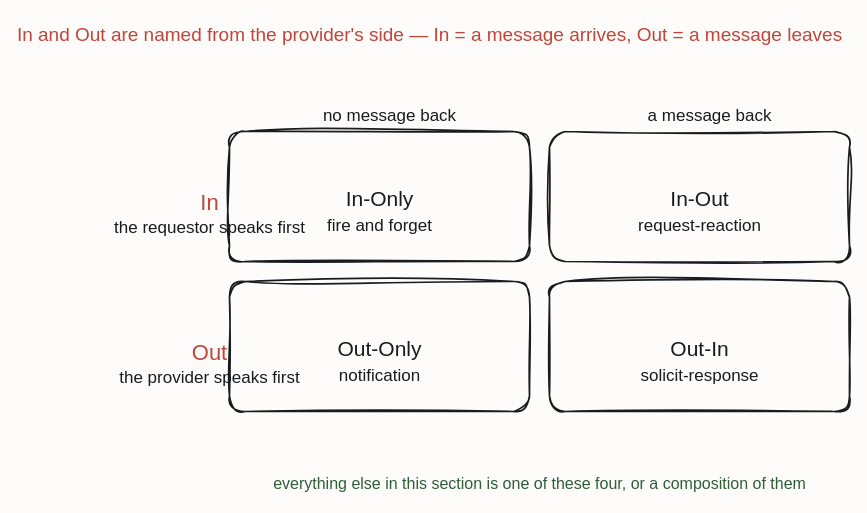
The draw.io diagram resources/grid-exchange-2x2.drawio in iancooper/practical-messaging, before the edit. Source tidied: cells renumbered, new cells numbered last; positions are measured from the earlier drawing's top-left corner, leaving out a move shared by most shapes. Both pictures are drawn from the tidied source at 100%, with x=0, y=0 at pixel (149, 17).
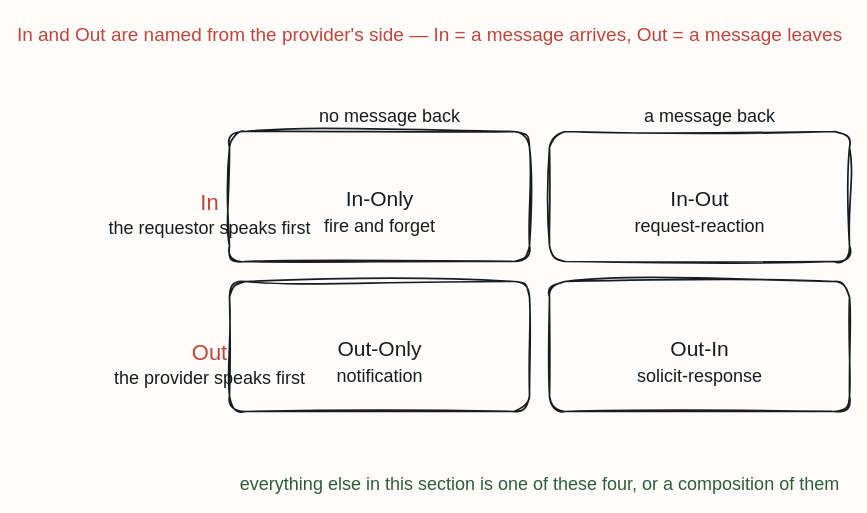
The same diagram, later.

Diff of the diagram source:
```diff
@@
-    <mxCell id="4" value="the requestor speaks first" style="text;html=1;align=center;fontFamily=Caveat;fontSize=17;fontColor=#181B1F;" parent="1" vertex="1">
+    <mxCell id="4" value="the requestor speaks first" style="text;html=1;align=center;fontFamily=Caveat;fontSize=18;fontColor=#181B1F;" parent="1" vertex="1">
       <mxGeometry y="194" width="120" height="20" as="geometry" />
     </mxCell>
@@
-    <mxCell id="6" value="the provider speaks first" style="text;html=1;align=center;fontFamily=Caveat;fontSize=17;fontColor=#181B1F;" parent="1" vertex="1">
+    <mxCell id="6" value="the provider speaks first" style="text;html=1;align=center;fontFamily=Caveat;fontSize=18;fontColor=#181B1F;" parent="1" vertex="1">
       <mxGeometry y="344" width="120" height="20" as="geometry" />
     </mxCell>
-    <mxCell id="7" value="no message back" style="text;html=1;align=center;fontFamily=Caveat;fontSize=17;fontColor=#181B1F;" parent="1" vertex="1">
+    <mxCell id="7" value="no message back" style="text;html=1;align=center;fontFamily=Caveat;fontSize=18;fontColor=#181B1F;" parent="1" vertex="1">
       <mxGeometry x="180" y="82" width="120" height="20" as="geometry" />
     </mxCell>
-    <mxCell id="8" value="a message back" style="text;html=1;align=center;fontFamily=Caveat;fontSize=17;fontColor=#181B1F;" parent="1" vertex="1">
+    <mxCell id="8" value="a message back" style="text;html=1;align=center;fontFamily=Caveat;fontSize=18;fontColor=#181B1F;" parent="1" vertex="1">
       <mxGeometry x="500" y="82" width="120" height="20" as="geometry" />
     </mxCell>
@@
-    <mxCell id="11" value="fire and forget" style="text;html=1;align=center;fontFamily=Caveat;fontSize=17;fontColor=#181B1F;" parent="1" vertex="1">
+    <mxCell id="11" value="fire and forget" style="text;html=1;align=center;fontFamily=Caveat;fontSize=18;fontColor=#181B1F;" parent="1" vertex="1">
       <mxGeometry x="170" y="192" width="120" height="20" as="geometry" />
     </mxCell>
@@
-    <mxCell id="14" value="request-reaction" style="text;html=1;align=center;fontFamily=Caveat;fontSize=17;fontColor=#181B1F;" parent="1" vertex="1">
+    <mxCell id="14" value="request-reaction" style="text;html=1;align=center;fontFamily=Caveat;fontSize=18;fontColor=#181B1F;" parent="1" vertex="1">
       <mxGeometry x="490" y="192" width="120" height="20" as="geometry" />
     </mxCell>
@@
-    <mxCell id="17" value="notification" style="text;html=1;align=center;fontFamily=Caveat;fontSize=17;fontColor=#181B1F;" parent="1" vertex="1">
+    <mxCell id="17" value="notification" style="text;html=1;align=center;fontFamily=Caveat;fontSize=18;fontColor=#181B1F;" parent="1" vertex="1">
       <mxGeometry x="170" y="342" width="120" height="20" as="geometry" />
     </mxCell>
@@
-    <mxCell id="20" value="solicit-response" style="text;html=1;align=center;fontFamily=Caveat;fontSize=17;fontColor=#181B1F;" parent="1" vertex="1">
+    <mxCell id="20" value="solicit-response" style="text;html=1;align=center;fontFamily=Caveat;fontSize=18;fontColor=#181B1F;" parent="1" vertex="1">
       <mxGeometry x="490" y="342" width="120" height="20" as="geometry" />
     </mxCell>
-    <mxCell id="21" value="everything else in this section is one of these four, or a composition of them" style="text;html=1;align=center;fontFamily=Caveat;fontSize=16;fontColor=#2F5D3A;" parent="1" vertex="1">
+    <mxCell id="21" value="everything else in this section is one of these four, or a composition of them" style="text;html=1;align=center;fontFamily=Caveat;fontSize=18;fontColor=#2F5D3A;" parent="1" vertex="1">
       <mxGeometry x="330" y="450" width="120" height="20" as="geometry" />
     </mxCell>
```
